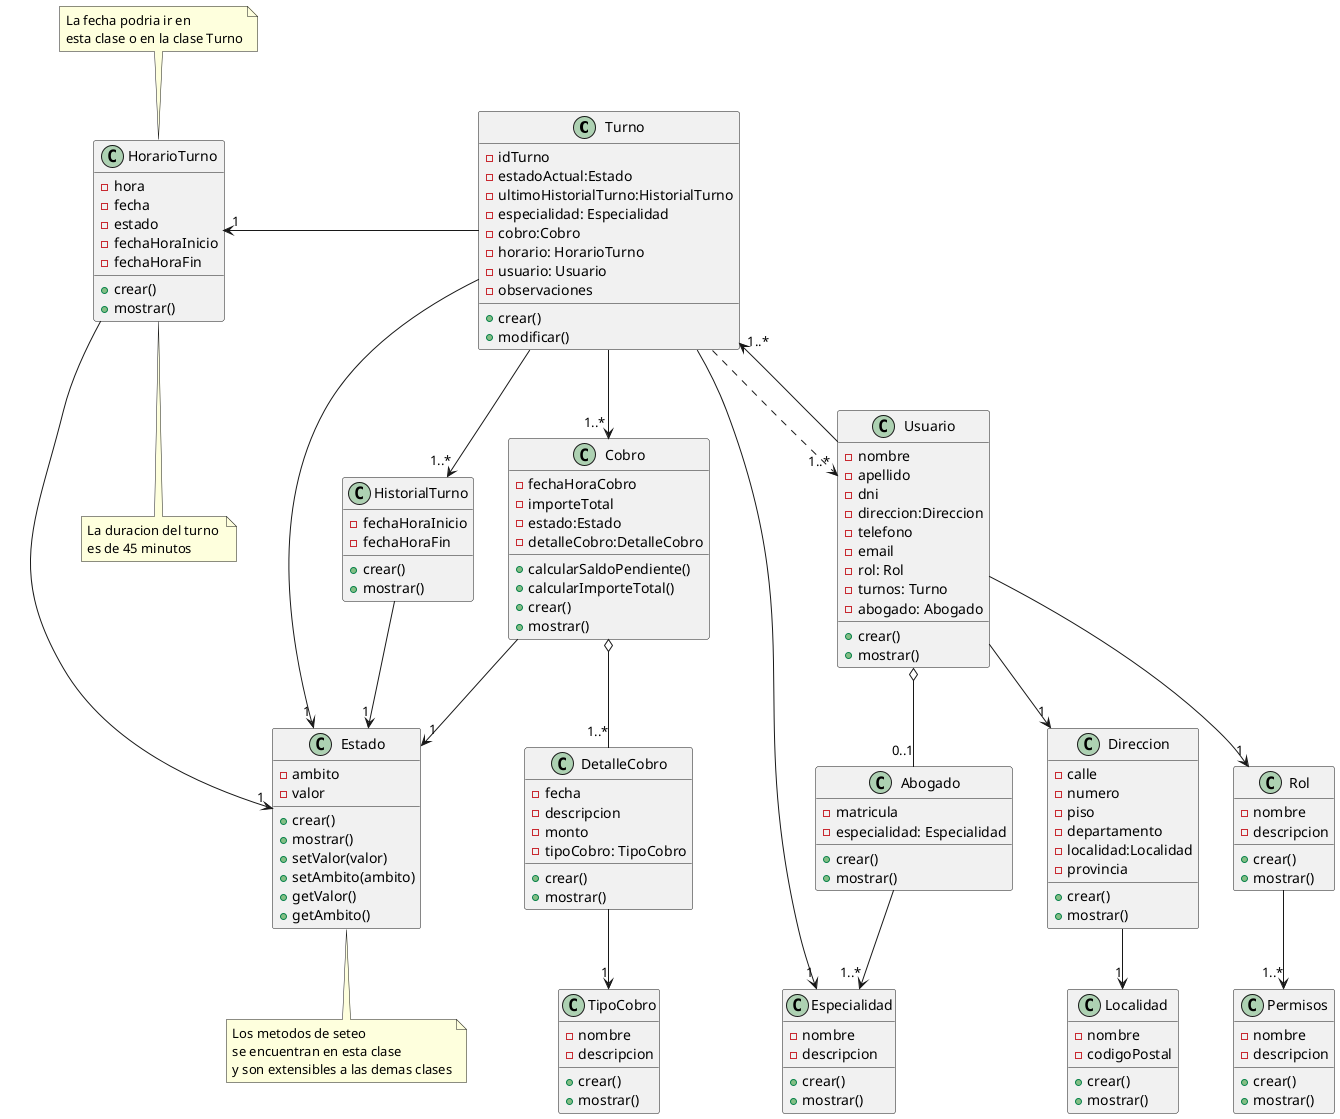
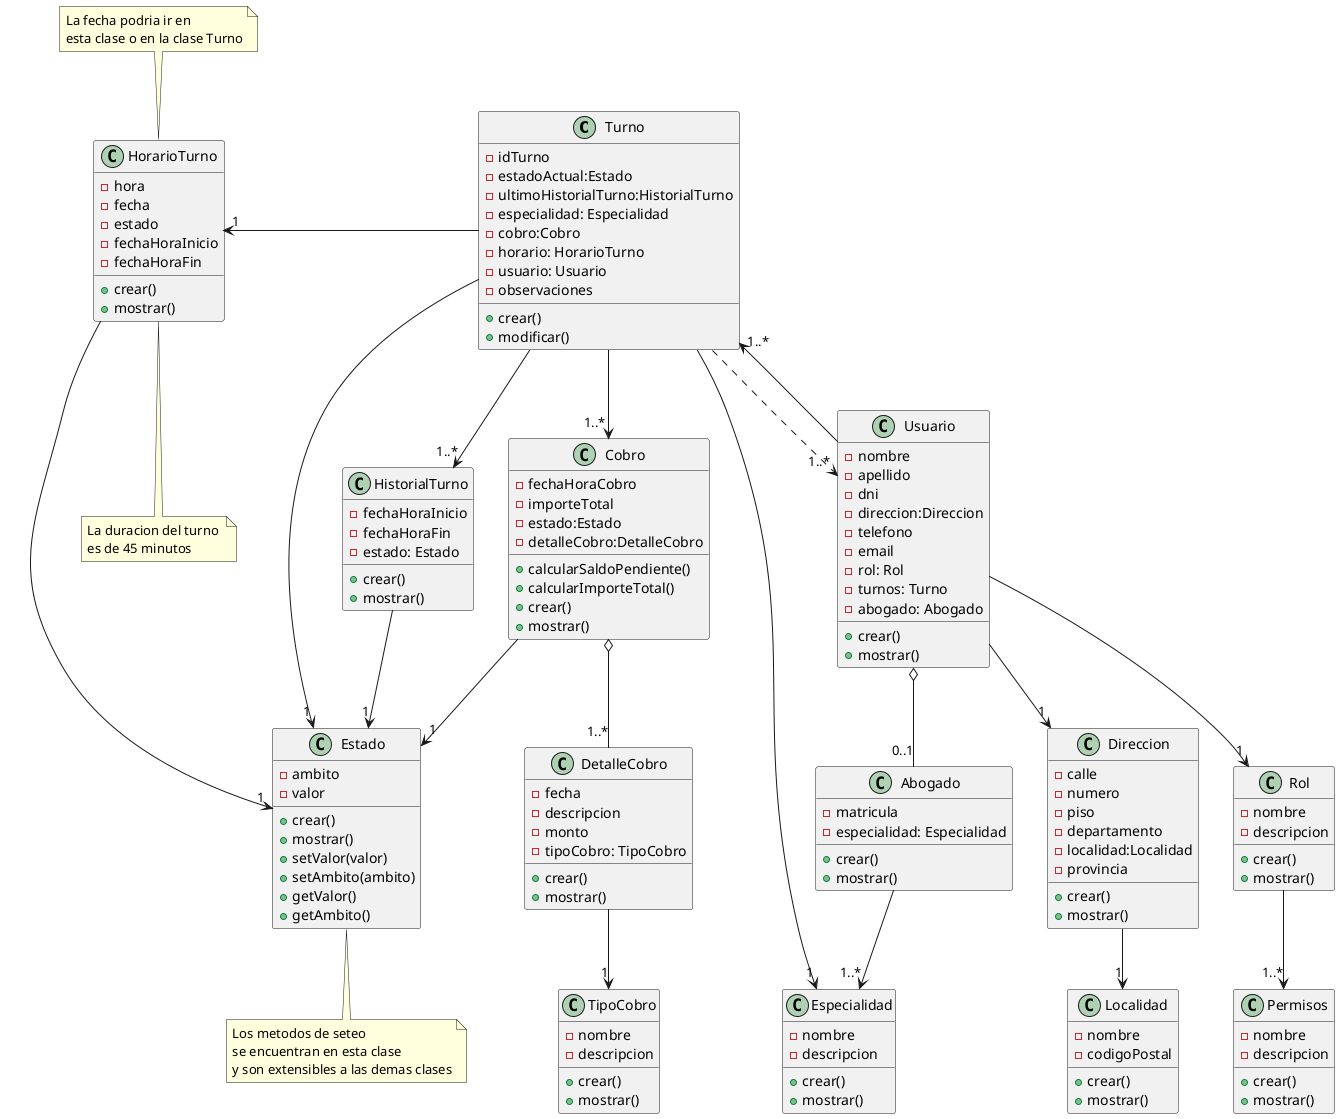
@startuml Diagrama de Clases
class Turno {
    - idTurno
    - estadoActual:Estado
    - ultimoHistorialTurno:HistorialTurno
    - especialidad: Especialidad
    - cobro:Cobro
    - horario: HorarioTurno
    - usuario: Usuario
    - observaciones
    + crear()
    + modificar()
}
Turno --> "1..* "Cobro
Turno -> "1" Estado
Turno -->"1..*" HistorialTurno
Turno --> "1" Especialidad
Turno -left-> "1"HorarioTurno
Turno ..> "1..*"Usuario

class Especialidad {
    - nombre
    - descripcion
    + crear()
    + mostrar()
}

class Usuario{
    - nombre
    - apellido
    - dni
    - direccion:Direccion
    - telefono
    - email
    - rol: Rol
    - turnos: Turno
    - abogado: Abogado
    + crear()
    + mostrar()
}

Usuario -->"1" Direccion
Usuario -->"1" Rol
Usuario -->"1..*" Turno
Usuario o--"0..1" Abogado

class Rol{
    - nombre
    - descripcion
    + crear()
    + mostrar()
}

Rol--> "1..*" Permisos

class Permisos {
    - nombre
    - descripcion
    + crear()
    + mostrar()
}

class Abogado {
    - matricula
    - especialidad: Especialidad
    + crear()
    + mostrar()
}

Abogado -->"1..*" Especialidad

class HistorialTurno{
    - fechaHoraInicio
    - fechaHoraFin
+     - estado: Estado
    + crear()
    + mostrar()
}

HistorialTurno -->"1" Estado

class Cobro {
    - fechaHoraCobro
    - importeTotal
    - estado:Estado
    - detalleCobro:DetalleCobro
    + calcularSaldoPendiente()
    + calcularImporteTotal()
    + crear()
    + mostrar()

}

Cobro o--"1..*" DetalleCobro
Cobro -->"1" Estado

class DetalleCobro {
    - fecha
    - descripcion
    - monto
    - tipoCobro: TipoCobro
    + crear()
    + mostrar()
}

DetalleCobro --> "1" TipoCobro

class TipoCobro {
    - nombre
    - descripcion
    + crear()
    + mostrar()
}

class Estado{
    - ambito
    - valor
    + crear()
    + mostrar()
    + setValor(valor)
    + setAmbito(ambito)
    + getValor()
    + getAmbito()
}

note bottom of Estado : Los metodos de seteo \nse encuentran en esta clase \ny son extensibles a las demas clases

class Direccion{
    - calle
    - numero
    - piso
    - departamento
    - localidad:Localidad
    - provincia
    + crear()
    + mostrar()
}

Direccion -->"1" Localidad

class Localidad{
    - nombre
    - codigoPostal
    + crear()
    + mostrar()
}

class HorarioTurno {
    - hora
    - fecha
    - estado
    - fechaHoraInicio
    - fechaHoraFin
    + crear()
    + mostrar()
}
note top of HorarioTurno : La fecha podria ir en \nesta clase o en la clase Turno
note bottom of HorarioTurno: La duracion del turno \nes de 45 minutos

HorarioTurno --> "1"Estado
@enduml